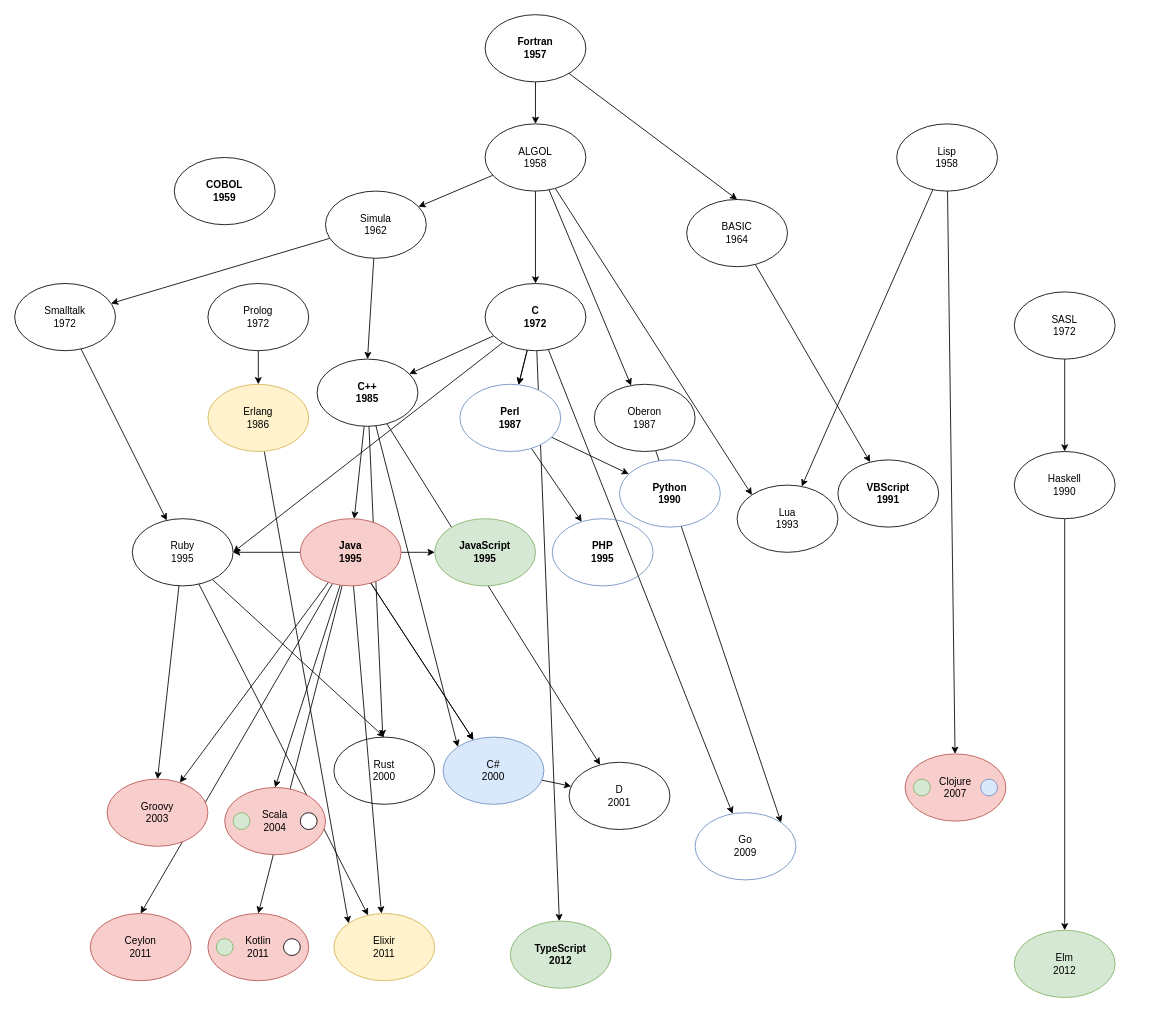
Above: lang-tree.drawio in trutvo/dev-ecosystems (draw.io), before the change. Source tidied: cells renumbered, new cells numbered last; positions are measured from the earlier drawing's top-left corner, leaving out a move shared by most shapes. Both pictures are drawn from the tidied source at 84%, with x=0, y=0 at pixel (14, 14).
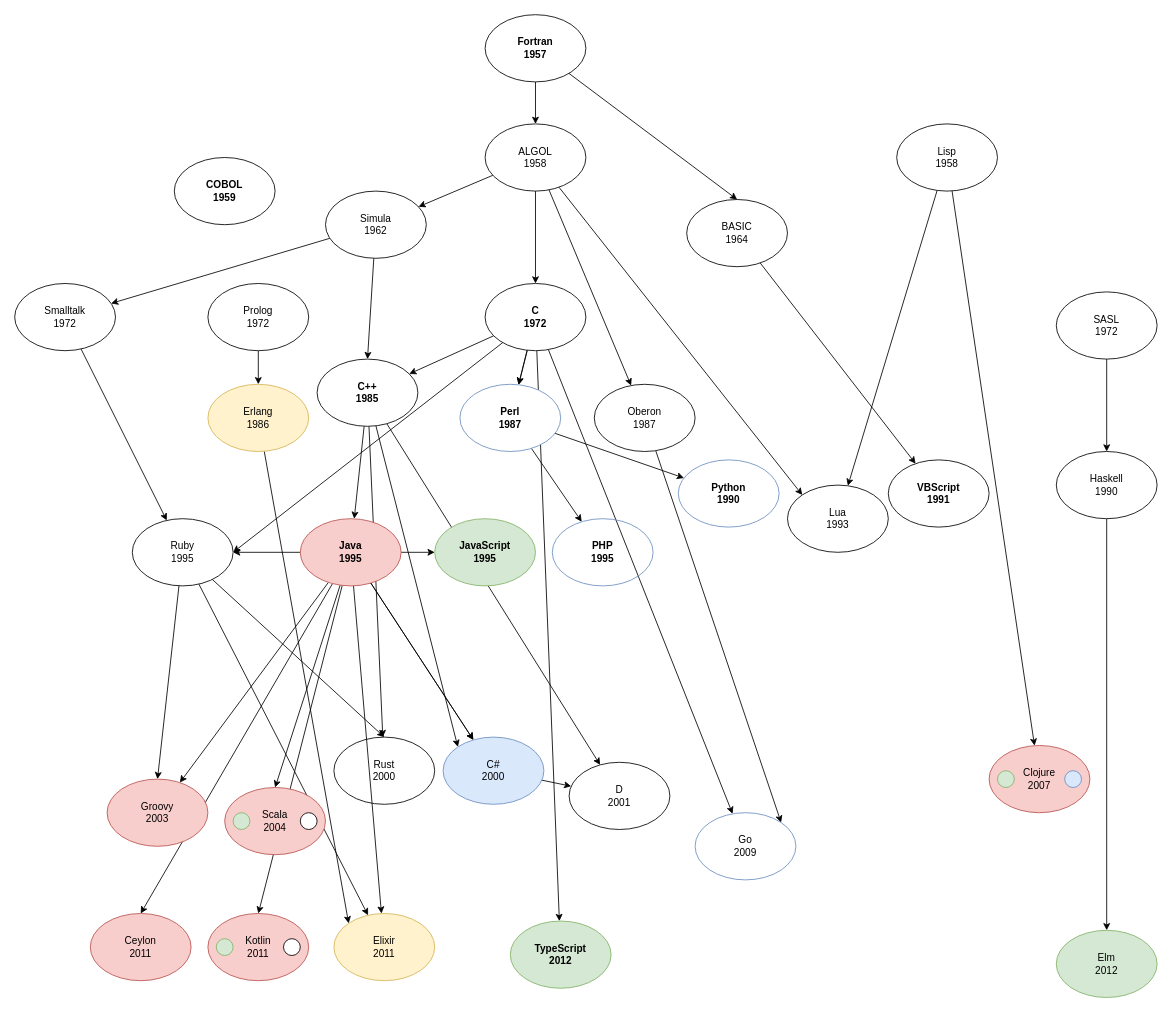
Above is the later version.

Change to the diagram source:
```diff
@@
     <mxCell id="7" value="Haskell&lt;br&gt;1990" style="ellipse;whiteSpace=wrap;html=1;" parent="1" vertex="1">
-      <mxGeometry x="1190" y="520" width="120" height="80" as="geometry" />
+      <mxGeometry x="1240" y="520" width="120" height="80" as="geometry" />
     </mxCell>
     <mxCell id="8" value="Elm&lt;br&gt;2012" style="ellipse;whiteSpace=wrap;html=1;fillColor=#d5e8d4;strokeColor=#82b366;" parent="1" vertex="1">
-      <mxGeometry x="1190" y="1090" width="120" height="80" as="geometry" />
+      <mxGeometry x="1240" y="1090" width="120" height="80" as="geometry" />
     </mxCell>
-    <mxCell id="9" value="Clojure&lt;br&gt;2007" style="ellipse;whiteSpace=wrap;html=1;fillColor=#f8cecc;strokeColor=#b85450;" parent="1" vertex="1">
-      <mxGeometry x="1060" y="880" width="120" height="80" as="geometry" />
-    </mxCell>
     <mxCell id="10" value="Lua&lt;br&gt;1993" style="ellipse;whiteSpace=wrap;html=1;" parent="1" vertex="1">
-      <mxGeometry x="860" y="560" width="120" height="80" as="geometry" />
+      <mxGeometry x="920" y="560" width="120" height="80" as="geometry" />
     </mxCell>
@@
     <mxCell id="39" value="Python&lt;br&gt;1990" style="ellipse;whiteSpace=wrap;html=1;fillColor=#ffffff;strokeColor=#6c8ebf;fontStyle=1;" parent="1" vertex="1">
-      <mxGeometry x="720" y="530" width="120" height="80" as="geometry" />
+      <mxGeometry x="790" y="530" width="120" height="80" as="geometry" />
     </mxCell>
@@
     <mxCell id="67" value="VBScript&lt;br&gt;1991" style="ellipse;whiteSpace=wrap;html=1;fontStyle=1;" parent="1" vertex="1">
-      <mxGeometry x="980" y="530" width="120" height="80" as="geometry" />
+      <mxGeometry x="1040" y="530" width="120" height="80" as="geometry" />
     </mxCell>
@@
     <mxCell id="70" value="SASL&lt;br&gt;1972" style="ellipse;whiteSpace=wrap;html=1;" parent="1" vertex="1">
-      <mxGeometry x="1190" y="330" width="120" height="80" as="geometry" />
+      <mxGeometry x="1240" y="330" width="120" height="80" as="geometry" />
     </mxCell>
@@
+    <mxCell id="82" style="ellipse;whiteSpace=wrap;html=1;fillColor=#d5e8d4;strokeColor=#82b366;" parent="1" vertex="1">
+      <mxGeometry x="260" y="950" width="20" height="20" as="geometry" />
+    </mxCell>
+    <mxCell id="83" style="ellipse;whiteSpace=wrap;html=1;" parent="1" vertex="1">
+      <mxGeometry x="340" y="950" width="20" height="20" as="geometry" />
+    </mxCell>
+    <mxCell id="84" style="group;" parent="1" vertex="1">
+      <mxGeometry x="1160" y="870" width="120" height="80" as="geometry" />
+    </mxCell>
+    <mxCell id="9" value="Clojure&lt;br&gt;2007" style="ellipse;whiteSpace=wrap;html=1;fillColor=#f8cecc;strokeColor=#b85450;" parent="84" vertex="1">
+      <mxGeometry width="120" height="80" as="geometry" />
+    </mxCell>
-    <mxCell id="80" style="ellipse;whiteSpace=wrap;html=1;fillColor=#d5e8d4;strokeColor=#82b366;" parent="1" vertex="1">
-      <mxGeometry x="1070" y="910" width="20" height="20" as="geometry" />
+    <mxCell id="80" style="ellipse;whiteSpace=wrap;html=1;fillColor=#d5e8d4;strokeColor=#82b366;" parent="84" vertex="1">
+      <mxGeometry x="10" y="30" width="20" height="20" as="geometry" />
     </mxCell>
-    <mxCell id="81" style="ellipse;whiteSpace=wrap;html=1;fillColor=#dae8fc;strokeColor=#6c8ebf;" parent="1" vertex="1">
-      <mxGeometry x="1150" y="910" width="20" height="20" as="geometry" />
+    <mxCell id="81" style="ellipse;whiteSpace=wrap;html=1;fillColor=#dae8fc;strokeColor=#6c8ebf;" parent="84" vertex="1">
+      <mxGeometry x="90" y="30" width="20" height="20" as="geometry" />
     </mxCell>
-    <mxCell id="82" style="ellipse;whiteSpace=wrap;html=1;fillColor=#d5e8d4;strokeColor=#82b366;" parent="1" vertex="1">
-      <mxGeometry x="260" y="950" width="20" height="20" as="geometry" />
-    </mxCell>
-    <mxCell id="83" style="ellipse;whiteSpace=wrap;html=1;" parent="1" vertex="1">
-      <mxGeometry x="340" y="950" width="20" height="20" as="geometry" />
-    </mxCell>
```
